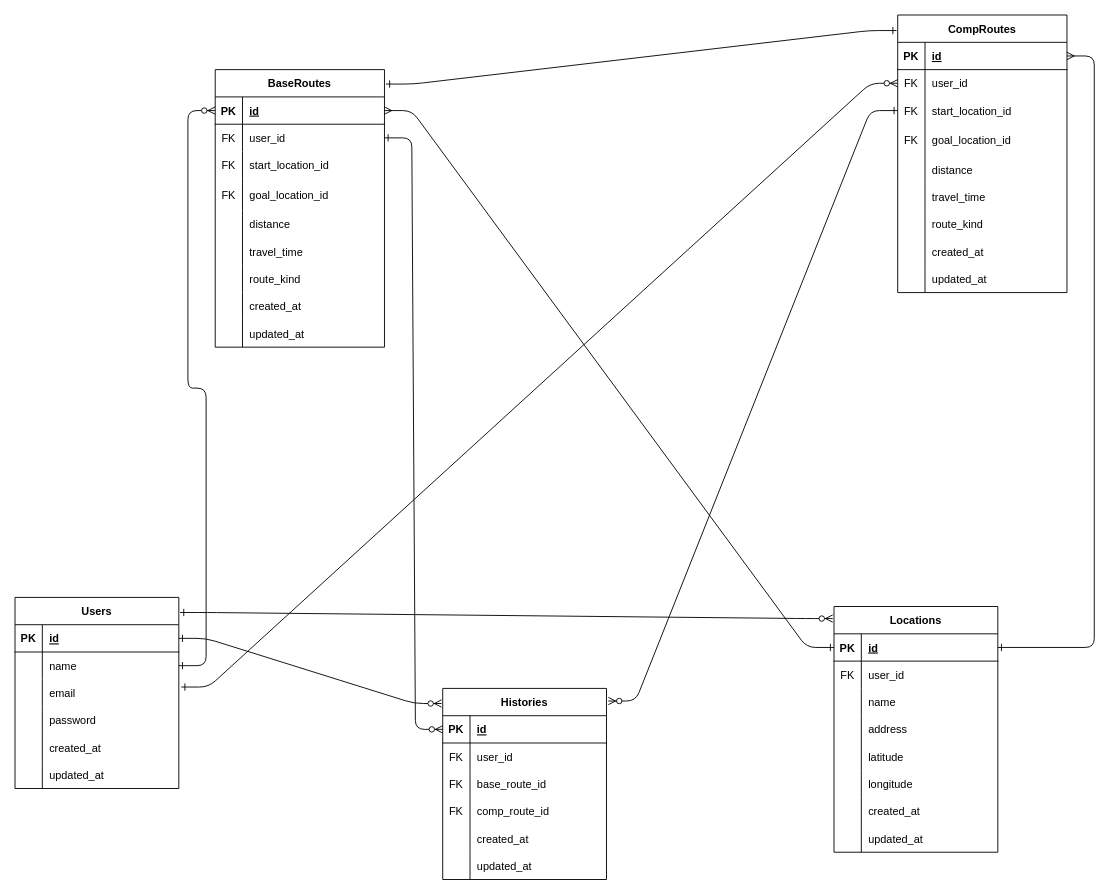
This is ER_diagram.drawio from miki-hayashi-71/KABUNOMI, a draw.io file, before an edit. Source tidied: cells renumbered, new cells numbered last; positions are measured from the earlier drawing's top-left corner, leaving out a move shared by most shapes. Both pictures are drawn from the tidied source at 91%, with x=0, y=0 at pixel (15, 15).
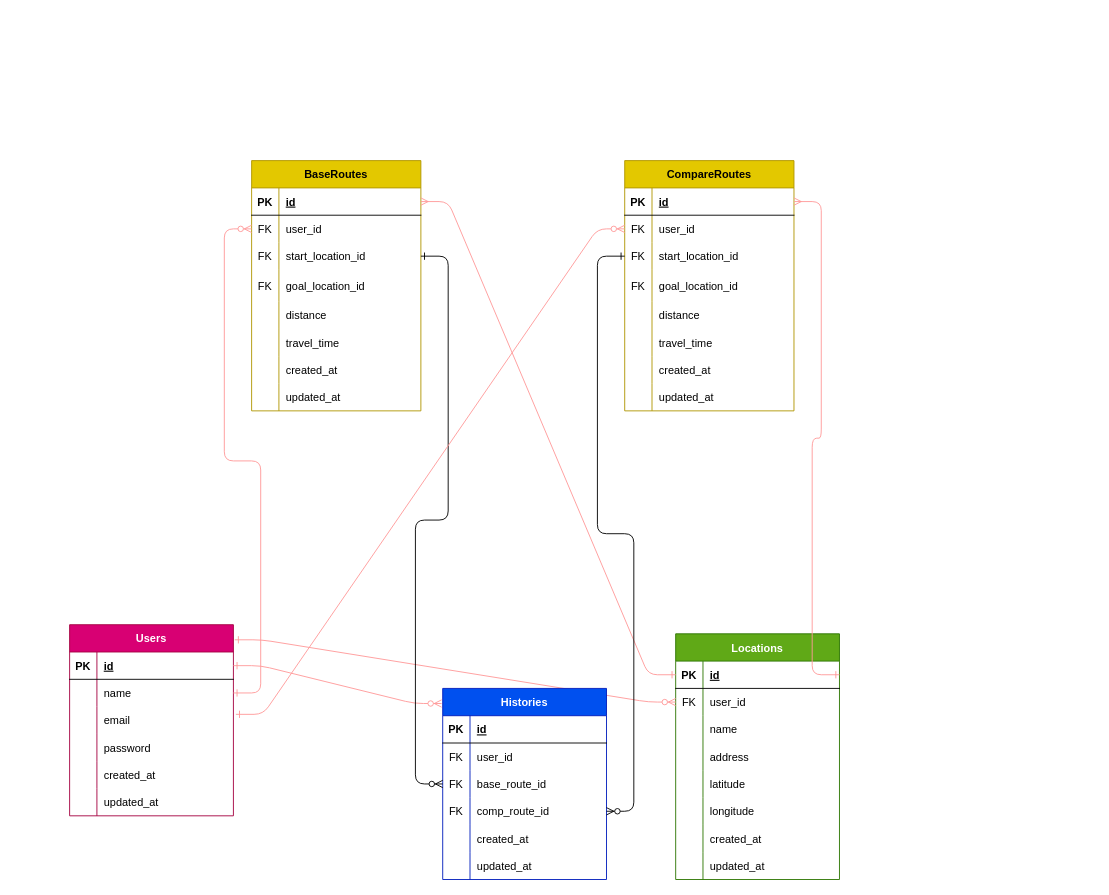
Above is the later version.

The change refers to these unchanged cells:
```xml
<mxCell id="3" style="shape=tableRow;horizontal=0;startSize=0;swimlaneHead=0;swimlaneBody=0;fillColor=none;points=[[0,0.5],[1,0.5]];portConstraint=eastwest;top=0;left=0;right=0;bottom=1;" parent="2" vertex="1">
  <mxGeometry y="30" width="180" height="30" as="geometry" />
</mxCell>
<mxCell id="6" style="shape=tableRow;horizontal=0;startSize=0;swimlaneHead=0;swimlaneBody=0;fillColor=none;points=[[0,0.5],[1,0.5]];portConstraint=eastwest;top=0;left=0;right=0;bottom=0;" parent="2" vertex="1">
  <mxGeometry y="60" width="180" height="30" as="geometry" />
</mxCell>
<mxCell id="9" style="shape=tableRow;horizontal=0;startSize=0;swimlaneHead=0;swimlaneBody=0;fillColor=none;points=[[0,0.5],[1,0.5]];portConstraint=eastwest;top=0;left=0;right=0;bottom=0;" parent="2" vertex="1">
  <mxGeometry y="90" width="180" height="30" as="geometry" />
</mxCell>
<mxCell id="24" style="shape=tableRow;horizontal=0;startSize=0;swimlaneHead=0;swimlaneBody=0;fillColor=none;points=[[0,0.5],[1,0.5]];portConstraint=eastwest;top=0;left=0;right=0;bottom=1;" parent="23" vertex="1">
  <mxGeometry y="30" width="180" height="30" as="geometry" />
</mxCell>
<mxCell id="27" style="shape=tableRow;horizontal=0;startSize=0;swimlaneHead=0;swimlaneBody=0;fillColor=none;points=[[0,0.5],[1,0.5]];portConstraint=eastwest;top=0;left=0;right=0;bottom=0;" parent="23" vertex="1">
  <mxGeometry y="60" width="180" height="30" as="geometry" />
</mxCell>
<mxCell id="50" style="shape=tableRow;horizontal=0;startSize=0;swimlaneHead=0;swimlaneBody=0;fillColor=none;points=[[0,0.5],[1,0.5]];portConstraint=eastwest;top=0;left=0;right=0;bottom=1;" parent="49" vertex="1">
  <mxGeometry y="30" width="186" height="30" as="geometry" />
</mxCell>
<mxCell id="53" style="shape=tableRow;horizontal=0;startSize=0;swimlaneHead=0;swimlaneBody=0;fillColor=none;points=[[0,0.5],[1,0.5]];portConstraint=eastwest;top=0;left=0;right=0;bottom=0;" parent="49" vertex="1">
  <mxGeometry y="60" width="186" height="30" as="geometry" />
</mxCell>
<mxCell id="56" style="shape=tableRow;horizontal=0;startSize=0;swimlaneHead=0;swimlaneBody=0;fillColor=none;points=[[0,0.5],[1,0.5]];portConstraint=eastwest;top=0;left=0;right=0;bottom=0;" parent="49" vertex="1">
  <mxGeometry y="90" width="186" height="30" as="geometry" />
</mxCell>
<mxCell id="78" style="shape=tableRow;horizontal=0;startSize=0;swimlaneHead=0;swimlaneBody=0;fillColor=none;points=[[0,0.5],[1,0.5]];portConstraint=eastwest;top=0;left=0;right=0;bottom=1;" parent="77" vertex="1">
  <mxGeometry y="30" width="180" height="30" as="geometry" />
</mxCell>
<mxCell id="84" style="shape=tableRow;horizontal=0;startSize=0;swimlaneHead=0;swimlaneBody=0;fillColor=none;points=[[0,0.5],[1,0.5]];portConstraint=eastwest;top=0;left=0;right=0;bottom=0;" parent="77" vertex="1">
  <mxGeometry y="90" width="180" height="30" as="geometry" />
</mxCell>
<mxCell id="87" style="shape=tableRow;horizontal=0;startSize=0;swimlaneHead=0;swimlaneBody=0;fillColor=none;points=[[0,0.5],[1,0.5]];portConstraint=eastwest;top=0;left=0;right=0;bottom=0;" parent="77" vertex="1">
  <mxGeometry y="120" width="180" height="30" as="geometry" />
</mxCell>
<mxCell id="101" style="shape=tableRow;horizontal=0;startSize=0;swimlaneHead=0;swimlaneBody=0;fillColor=none;points=[[0,0.5],[1,0.5]];portConstraint=eastwest;top=0;left=0;right=0;bottom=1;" parent="100" vertex="1">
  <mxGeometry y="30" width="186" height="30" as="geometry" />
</mxCell>
<mxCell id="104" style="shape=tableRow;horizontal=0;startSize=0;swimlaneHead=0;swimlaneBody=0;fillColor=none;points=[[0,0.5],[1,0.5]];portConstraint=eastwest;top=0;left=0;right=0;bottom=0;" parent="100" vertex="1">
  <mxGeometry y="60" width="186" height="30" as="geometry" />
</mxCell>
<mxCell id="107" style="shape=tableRow;horizontal=0;startSize=0;swimlaneHead=0;swimlaneBody=0;fillColor=none;points=[[0,0.5],[1,0.5]];portConstraint=eastwest;top=0;left=0;right=0;bottom=0;" parent="100" vertex="1">
  <mxGeometry y="90" width="186" height="30" as="geometry" />
</mxCell>
```

The edit, as a diff of the source:
```diff
@@
-    <mxCell id="2" value="Users" style="shape=table;startSize=30;childLayout=tableLayout;rowLines=0;fontStyle=1;align=center;" parent="1" vertex="1">
-      <mxGeometry y="640" width="180" height="210" as="geometry" />
+    <mxCell id="2" value="Users" style="shape=table;startSize=30;childLayout=tableLayout;rowLines=0;fontStyle=1;align=center;fillColor=#d80073;fontColor=#ffffff;strokeColor=#A50040;" parent="1" vertex="1">
+      <mxGeometry x="60" y="670" width="180" height="210" as="geometry" />
     </mxCell>
@@
-    <mxCell id="23" value="Locations" style="shape=table;startSize=30;childLayout=tableLayout;rowLines=0;fontStyle=1;align=center;" parent="1" vertex="1">
-      <mxGeometry x="900" y="650" width="180" height="270" as="geometry" />
+    <mxCell id="23" value="Locations" style="shape=table;startSize=30;childLayout=tableLayout;rowLines=0;fontStyle=1;align=center;fillColor=#60a917;fontColor=#ffffff;strokeColor=#2D7600;" parent="1" vertex="1">
+      <mxGeometry x="726" y="680" width="180" height="270" as="geometry" />
     </mxCell>
@@
-    <mxCell id="48" style="edgeStyle=entityRelationEdgeStyle;fontSize=12;html=1;endArrow=ERzeroToMany;endFill=1;entryX=-0.008;entryY=0.049;entryDx=0;entryDy=0;exitX=1.008;exitY=0.079;exitDx=0;exitDy=0;exitPerimeter=0;entryPerimeter=0;startArrow=ERone;startFill=0;" parent="1" edge="1" source="2" target="23">
+    <mxCell id="48" style="edgeStyle=entityRelationEdgeStyle;fontSize=12;html=1;endArrow=ERzeroToMany;endFill=1;entryX=0;entryY=0.5;entryDx=0;entryDy=0;exitX=1.008;exitY=0.079;exitDx=0;exitDy=0;exitPerimeter=0;startArrow=ERone;startFill=0;strokeColor=#FF9999;" parent="1" edge="1" source="2" target="27">
       <mxGeometry relative="1" as="geometry" />
     </mxCell>
-    <mxCell id="49" value="BaseRoutes" style="shape=table;startSize=30;childLayout=tableLayout;rowLines=0;fontStyle=1;align=center;" parent="1" vertex="1">
-      <mxGeometry x="220" y="60" width="186" height="305" as="geometry" />
+    <mxCell id="49" value="BaseRoutes" style="shape=table;startSize=30;childLayout=tableLayout;rowLines=0;fontStyle=1;align=center;fillColor=#e3c800;fontColor=#000000;strokeColor=#B09500;" parent="1" vertex="1">
+      <mxGeometry x="260" y="160" width="186" height="275" as="geometry" />
     </mxCell>
@@
-    <mxCell id="68" style="shape=tableRow;horizontal=0;startSize=0;swimlaneHead=0;swimlaneBody=0;fillColor=none;top=0;left=0;right=0;bottom=0;" parent="49" vertex="1">
-      <mxGeometry y="215" width="186" height="30" as="geometry" />
-    </mxCell>
-    <mxCell id="69" style="shape=partialRectangle;fillColor=none;top=0;left=0;bottom=0;right=0;overflow=hidden;" parent="68" vertex="1">
-      <mxGeometry width="30" height="30" as="geometry" />
-    </mxCell>
-    <mxCell id="70" value="route_kind" style="shape=partialRectangle;fillColor=none;top=0;left=0;bottom=0;right=0;align=left;spacingLeft=6;overflow=hidden;" parent="68" vertex="1">
-      <mxGeometry x="30" width="156" height="30" as="geometry" />
-    </mxCell>
     <mxCell id="71" style="shape=tableRow;horizontal=0;startSize=0;swimlaneHead=0;swimlaneBody=0;fillColor=none;top=0;left=0;right=0;bottom=0;" parent="49" vertex="1">
-      <mxGeometry y="245" width="186" height="30" as="geometry" />
+      <mxGeometry y="215" width="186" height="30" as="geometry" />
     </mxCell>
@@
     <mxCell id="74" style="shape=tableRow;horizontal=0;startSize=0;swimlaneHead=0;swimlaneBody=0;fillColor=none;top=0;left=0;right=0;bottom=0;" parent="49" vertex="1">
-      <mxGeometry y="275" width="186" height="30" as="geometry" />
+      <mxGeometry y="245" width="186" height="30" as="geometry" />
     </mxCell>
@@
-    <mxCell id="77" value="Histories" style="shape=table;startSize=30;childLayout=tableLayout;rowLines=0;fontStyle=1;align=center;" parent="1" vertex="1">
+    <mxCell id="77" value="Histories" style="shape=table;startSize=30;childLayout=tableLayout;rowLines=0;fontStyle=1;align=center;fillColor=#0050ef;fontColor=#ffffff;strokeColor=#001DBC;" parent="1" vertex="1">
       <mxGeometry x="470" y="740" width="180" height="210" as="geometry" />
     </mxCell>
@@
-    <mxCell id="96" style="edgeStyle=entityRelationEdgeStyle;fontSize=12;html=1;endArrow=ERmany;startArrow=ERone;startFill=0;exitX=0;exitY=0.5;exitDx=0;exitDy=0;entryX=1;entryY=0.5;entryDx=0;entryDy=0;" parent="1" edge="1" source="24" target="50">
+    <mxCell id="96" style="edgeStyle=entityRelationEdgeStyle;fontSize=12;html=1;endArrow=ERmany;startArrow=ERone;startFill=0;entryX=1;entryY=0.5;entryDx=0;entryDy=0;exitX=0;exitY=0.5;exitDx=0;exitDy=0;strokeColor=#FF9999;" parent="1" edge="1" source="24" target="50">
       <mxGeometry relative="1" as="geometry" />
     </mxCell>
-    <mxCell id="97" style="edgeStyle=entityRelationEdgeStyle;fontSize=12;html=1;endArrow=ERzeroToMany;endFill=1;entryX=-0.007;entryY=0.079;entryDx=0;entryDy=0;exitX=1;exitY=0.5;exitDx=0;exitDy=0;entryPerimeter=0;startArrow=ERone;startFill=0;" parent="1" edge="1" source="3" target="77">
+    <mxCell id="97" style="edgeStyle=entityRelationEdgeStyle;fontSize=12;html=1;endArrow=ERzeroToMany;endFill=1;entryX=-0.007;entryY=0.079;entryDx=0;entryDy=0;exitX=1;exitY=0.5;exitDx=0;exitDy=0;entryPerimeter=0;startArrow=ERone;startFill=0;strokeColor=#FF9999;" parent="1" edge="1" source="3" target="77">
       <mxGeometry relative="1" as="geometry" />
     </mxCell>
-    <mxCell id="98" style="edgeStyle=entityRelationEdgeStyle;fontSize=12;html=1;endArrow=ERzeroToMany;endFill=1;startArrow=ERone;startFill=0;entryX=0;entryY=0.5;entryDx=0;entryDy=0;" parent="1" edge="1" source="53" target="78">
+    <mxCell id="98" style="edgeStyle=entityRelationEdgeStyle;fontSize=12;html=1;endArrow=ERzeroToMany;endFill=1;startArrow=ERone;startFill=0;entryX=0;entryY=0.5;entryDx=0;entryDy=0;exitX=1;exitY=0.5;exitDx=0;exitDy=0;" parent="1" edge="1" source="56" target="84">
       <mxGeometry relative="1" as="geometry" />
     </mxCell>
-    <mxCell id="99" style="edgeStyle=entityRelationEdgeStyle;fontSize=12;html=1;endArrow=ERzeroToMany;endFill=1;entryX=0;entryY=0.5;entryDx=0;entryDy=0;exitX=1;exitY=0.5;exitDx=0;exitDy=0;startArrow=ERone;startFill=0;" parent="1" edge="1" source="6" target="50">
+    <mxCell id="99" style="edgeStyle=entityRelationEdgeStyle;fontSize=12;html=1;endArrow=ERzeroToMany;endFill=1;entryX=0;entryY=0.5;entryDx=0;entryDy=0;exitX=1;exitY=0.5;exitDx=0;exitDy=0;startArrow=ERone;startFill=0;strokeColor=#FF9999;" parent="1" edge="1" source="6" target="53">
       <mxGeometry relative="1" as="geometry" />
     </mxCell>
-    <mxCell id="100" value="CompRoutes" style="shape=table;startSize=30;childLayout=tableLayout;rowLines=0;fontStyle=1;align=center;" parent="1" vertex="1">
-      <mxGeometry x="970" width="186" height="305" as="geometry" />
+    <mxCell id="100" value="CompareRoutes" style="shape=table;startSize=30;childLayout=tableLayout;rowLines=0;fontStyle=1;align=center;fillColor=#e3c800;fontColor=#000000;strokeColor=#B09500;" parent="1" vertex="1">
+      <mxGeometry x="670" y="160" width="186" height="275" as="geometry" />
     </mxCell>
@@
-    <mxCell id="119" style="shape=tableRow;horizontal=0;startSize=0;swimlaneHead=0;swimlaneBody=0;fillColor=none;top=0;left=0;right=0;bottom=0;" parent="100" vertex="1">
-      <mxGeometry y="215" width="186" height="30" as="geometry" />
-    </mxCell>
-    <mxCell id="120" style="shape=partialRectangle;fillColor=none;top=0;left=0;bottom=0;right=0;overflow=hidden;" parent="119" vertex="1">
-      <mxGeometry width="30" height="30" as="geometry" />
-    </mxCell>
-    <mxCell id="121" value="route_kind" style="shape=partialRectangle;fillColor=none;top=0;left=0;bottom=0;right=0;align=left;spacingLeft=6;overflow=hidden;" parent="119" vertex="1">
-      <mxGeometry x="30" width="156" height="30" as="geometry" />
-    </mxCell>
     <mxCell id="122" style="shape=tableRow;horizontal=0;startSize=0;swimlaneHead=0;swimlaneBody=0;fillColor=none;top=0;left=0;right=0;bottom=0;" parent="100" vertex="1">
-      <mxGeometry y="245" width="186" height="30" as="geometry" />
+      <mxGeometry y="215" width="186" height="30" as="geometry" />
     </mxCell>
@@
     <mxCell id="125" style="shape=tableRow;horizontal=0;startSize=0;swimlaneHead=0;swimlaneBody=0;fillColor=none;top=0;left=0;right=0;bottom=0;" parent="100" vertex="1">
-      <mxGeometry y="275" width="186" height="30" as="geometry" />
+      <mxGeometry y="245" width="186" height="30" as="geometry" />
     </mxCell>
@@
-    <mxCell id="128" style="edgeStyle=entityRelationEdgeStyle;fontSize=12;html=1;endArrow=ERone;endFill=1;startArrow=ERone;startFill=0;exitX=1.009;exitY=0.052;exitDx=0;exitDy=0;exitPerimeter=0;entryX=-0.007;entryY=0.056;entryDx=0;entryDy=0;entryPerimeter=0;" parent="1" edge="1" source="49" target="100">
-      <mxGeometry relative="1" as="geometry" />
-    </mxCell>
-    <mxCell id="129" style="edgeStyle=entityRelationEdgeStyle;fontSize=12;html=1;endArrow=ERmany;startArrow=ERone;startFill=0;exitX=1;exitY=0.5;exitDx=0;exitDy=0;jumpStyle=none;" parent="1" edge="1" source="24" target="101">
+    <mxCell id="129" style="edgeStyle=entityRelationEdgeStyle;fontSize=12;html=1;endArrow=ERmany;startArrow=ERone;startFill=0;jumpStyle=none;entryX=1;entryY=0.5;entryDx=0;entryDy=0;exitX=1;exitY=0.5;exitDx=0;exitDy=0;strokeColor=#FF9999;" parent="1" edge="1" source="24" target="101">
       <mxGeometry relative="1" as="geometry" />
     </mxCell>
-    <mxCell id="130" style="edgeStyle=entityRelationEdgeStyle;fontSize=12;html=1;endArrow=ERzeroToMany;endFill=1;entryX=0;entryY=0.5;entryDx=0;entryDy=0;exitX=1.015;exitY=0.283;exitDx=0;exitDy=0;startArrow=ERone;startFill=0;exitPerimeter=0;" parent="1" edge="1" source="9" target="104">
+    <mxCell id="130" style="edgeStyle=entityRelationEdgeStyle;fontSize=12;html=1;endArrow=ERzeroToMany;endFill=1;entryX=0;entryY=0.5;entryDx=0;entryDy=0;exitX=1.015;exitY=0.283;exitDx=0;exitDy=0;startArrow=ERone;startFill=0;exitPerimeter=0;strokeColor=#FF9999;" parent="1" edge="1" source="9" target="104">
       <mxGeometry relative="1" as="geometry" />
     </mxCell>
-    <mxCell id="131" style="edgeStyle=entityRelationEdgeStyle;fontSize=12;html=1;endArrow=ERzeroToMany;endFill=1;startArrow=ERone;startFill=0;entryX=1.011;entryY=0.066;entryDx=0;entryDy=0;entryPerimeter=0;exitX=0;exitY=0.5;exitDx=0;exitDy=0;" parent="1" edge="1" source="107" target="77">
+    <mxCell id="131" style="edgeStyle=entityRelationEdgeStyle;fontSize=12;html=1;endArrow=ERzeroToMany;endFill=1;startArrow=ERone;startFill=0;entryX=1;entryY=0.5;entryDx=0;entryDy=0;exitX=0;exitY=0.5;exitDx=0;exitDy=0;" parent="1" edge="1" source="107" target="87">
       <mxGeometry relative="1" as="geometry" />
     </mxCell>
```
